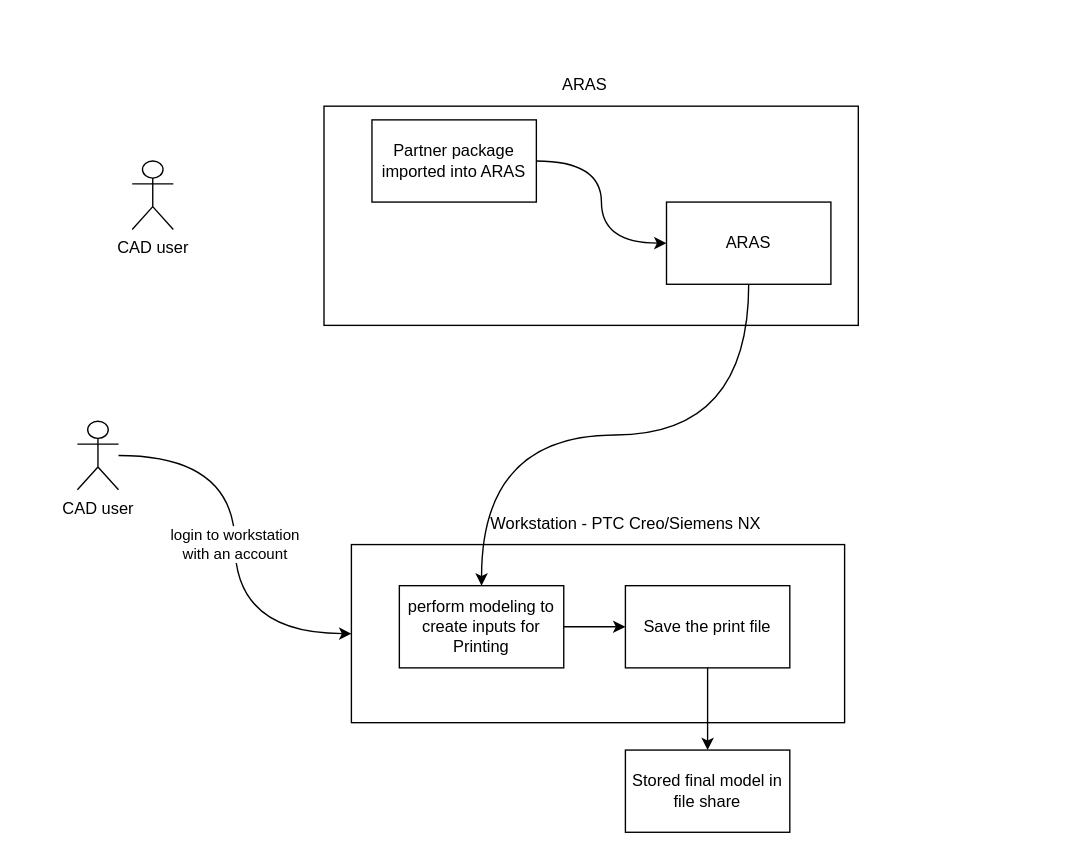
The draw.io diagram page "RGBSI - DSP" (4 of 4) of Ibex - 2.drawio in coolsharepoint/Test, before the edit. Source tidied: cells renumbered, new cells numbered last; positions are measured from the earlier drawing's top-left corner, leaving out a move shared by most shapes. Both pictures are drawn from the tidied source at 137%, with x=0, y=0 at pixel (77, 64). Pictures stored in the file or linked from it are replaced by grey dashed boxes.
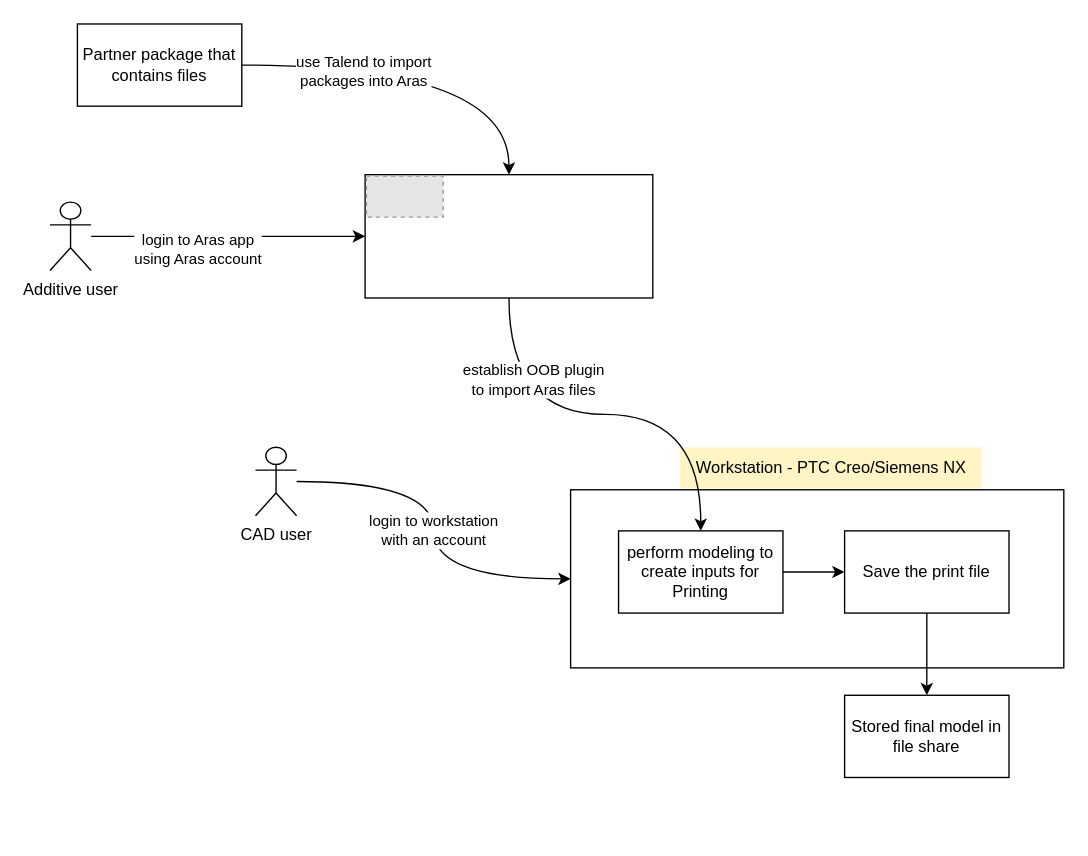
Above is the later version.

Diff of the diagram source:
```diff
@@
     <mxCell id="3" value="CAD user" style="shape=umlActor;verticalLabelPosition=bottom;verticalAlign=top;html=1;outlineConnect=0;" parent="1" vertex="1">
-      <mxGeometry y="260" width="30" height="50" as="geometry" />
+      <mxGeometry x="130" y="279" width="30" height="50" as="geometry" />
     </mxCell>
     <mxCell id="4" style="rounded=0;whiteSpace=wrap;html=1;align=center;" parent="1" vertex="1">
-      <mxGeometry x="200" y="350" width="360" height="130" as="geometry" />
+      <mxGeometry x="360" y="310" width="360" height="130" as="geometry" />
     </mxCell>
@@
     <mxCell id="6" value="perform modeling to create inputs for Printing" style="rounded=0;whiteSpace=wrap;html=1;" parent="1" vertex="1">
-      <mxGeometry x="235" y="380" width="120" height="60" as="geometry" />
+      <mxGeometry x="395" y="340" width="120" height="60" as="geometry" />
     </mxCell>
-    <mxCell id="7" value="Workstation - PTC Creo/Siemens NX" style="text;html=1;align=center;verticalAlign=middle;strokeColor=none;fillColor=none;" parent="1" vertex="1">
-      <mxGeometry x="290" y="320" width="220" height="30" as="geometry" />
+    <mxCell id="7" value="Workstation - PTC Creo/Siemens NX" style="text;html=1;align=center;verticalAlign=middle;strokeColor=none;fillColor=#FFF4C3;" parent="1" vertex="1">
+      <mxGeometry x="440" y="279" width="220" height="30" as="geometry" />
     </mxCell>
@@
     <mxCell id="9" value="Save the print file" style="whiteSpace=wrap;html=1;rounded=0;" parent="1" vertex="1">
-      <mxGeometry x="400" y="380" width="120" height="60" as="geometry" />
+      <mxGeometry x="560" y="340" width="120" height="60" as="geometry" />
     </mxCell>
     <mxCell id="10" value="Stored final model in file share" style="whiteSpace=wrap;html=1;rounded=0;" parent="1" vertex="1">
-      <mxGeometry x="400" y="500" width="120" height="60" as="geometry" />
+      <mxGeometry x="560" y="460" width="120" height="60" as="geometry" />
     </mxCell>
     <mxCell id="11" style="rounded=0;whiteSpace=wrap;html=1;" parent="1" vertex="1">
-      <mxGeometry x="180" y="30" width="390" height="160" as="geometry" />
+      <mxGeometry x="210" y="80" width="210" height="90" as="geometry" />
     </mxCell>
-    <mxCell id="12" value="ARAS" style="text;html=1;align=center;verticalAlign=middle;strokeColor=none;fillColor=none;" parent="1" vertex="1">
-      <mxGeometry x="340" width="60" height="30" as="geometry" />
-    </mxCell>
-    <mxCell id="13" style="edgeStyle=orthogonalEdgeStyle;rounded=0;jettySize=auto;html=1;curved=1;" parent="1" edge="1" source="14" target="16">
-      <mxGeometry relative="1" as="geometry" />
-    </mxCell>
+    <mxCell id="18" style="edgeStyle=orthogonalEdgeStyle;rounded=0;jettySize=auto;html=1;curved=1;entryX=0.5;entryY=0;entryDx=0;entryDy=0;" parent="1" edge="1" source="14" target="11">
+      <mxGeometry relative="1" as="geometry" />
+    </mxCell>
+    <mxCell id="19" value="use Talend to import &lt;br&gt;packages into Aras" style="edgeLabel;html=1;align=center;verticalAlign=middle;" parent="18" vertex="1">
+      <mxGeometry x="-0.36" y="-4" relative="1" as="geometry" />
+    </mxCell>
-    <mxCell id="14" value="Partner package imported into ARAS" style="rounded=0;whiteSpace=wrap;html=1;" parent="1" vertex="1">
-      <mxGeometry x="215" y="40" width="120" height="60" as="geometry" />
+    <mxCell id="14" value="Partner package that contains files" style="rounded=0;whiteSpace=wrap;html=1;" parent="1" vertex="1">
+      <mxGeometry y="-30" width="120" height="60" as="geometry" />
     </mxCell>
-    <mxCell id="15" style="edgeStyle=orthogonalEdgeStyle;rounded=0;jettySize=auto;html=1;entryX=0.5;entryY=0;entryDx=0;entryDy=0;curved=1;exitX=0.5;exitY=1;exitDx=0;exitDy=0;" parent="1" edge="1" source="16" target="6">
+    <mxCell id="15" style="edgeStyle=orthogonalEdgeStyle;rounded=0;jettySize=auto;html=1;entryX=0.5;entryY=0;entryDx=0;entryDy=0;curved=1;exitX=0.5;exitY=1;exitDx=0;exitDy=0;" parent="1" edge="1" source="11" target="6">
       <mxGeometry relative="1" as="geometry" />
     </mxCell>
-    <mxCell id="16" value="ARAS" style="rounded=0;whiteSpace=wrap;html=1;" parent="1" vertex="1">
-      <mxGeometry x="430" y="100" width="120" height="60" as="geometry" />
-    </mxCell>
+    <mxCell id="20" value="establish OOB plugin &lt;br&gt;to import Aras files" style="edgeLabel;html=1;align=center;verticalAlign=middle;" parent="15" vertex="1">
+      <mxGeometry x="-0.62" y="17" relative="1" as="geometry" />
+    </mxCell>
+    <mxCell id="21" style="edgeStyle=orthogonalEdgeStyle;rounded=0;jettySize=auto;html=1;entryX=0;entryY=0.5;entryDx=0;entryDy=0;curved=1;" parent="1" edge="1" source="17" target="11">
+      <mxGeometry relative="1" as="geometry" />
+    </mxCell>
+    <mxCell id="22" value="login to Aras app &lt;br&gt;using Aras account" style="edgeLabel;html=1;align=center;verticalAlign=middle;" parent="21" vertex="1">
+      <mxGeometry x="-0.23" y="-9" relative="1" as="geometry" />
+    </mxCell>
-    <mxCell id="17" value="CAD user" style="shape=umlActor;verticalLabelPosition=bottom;verticalAlign=top;html=1;outlineConnect=0;" parent="1" vertex="1">
-      <mxGeometry x="40" y="70" width="30" height="50" as="geometry" />
+    <mxCell id="17" value="Additive user" style="shape=umlActor;verticalLabelPosition=bottom;verticalAlign=top;html=1;outlineConnect=0;" parent="1" vertex="1">
+      <mxGeometry x="-20" y="100" width="30" height="50" as="geometry" />
     </mxCell>
+    <mxCell id="23" style="fillColor=#E6E6E6;strokeColor=#999999;dashed=1;verticalLabelPosition=bottom;labelBackgroundColor=default;verticalAlign=top;" parent="1" vertex="1">
+      <mxGeometry x="211" y="81" width="56" height="30" as="geometry" />
+    </mxCell>
```
